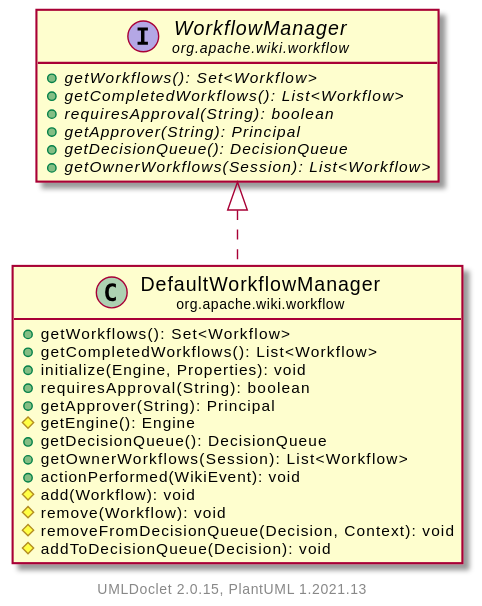
The PlantUML diagram apidocs/2.12.0-SNAPSHOT/org/apache/wiki/workflow/DefaultWorkflowManager.svg in apache/jspwiki-site, before a commit. The source it was exported from:
```plantuml
@startuml
    set namespaceSeparator none
    hide empty fields
    hide empty methods

    class "<size:14>DefaultWorkflowManager\n<size:10>org.apache.wiki.workflow" as org.apache.wiki.workflow.DefaultWorkflowManager [[DefaultWorkflowManager.html]] {
        +getWorkflows(): Set<Workflow>
        +getCompletedWorkflows(): List<Workflow>
        +initialize(Engine, Properties): void
        +requiresApproval(String): boolean
        +getApprover(String): Principal
        #getEngine(): Engine
        +getDecisionQueue(): DecisionQueue
        +getOwnerWorkflows(Session): List<Workflow>
        +actionPerformed(WikiEvent): void
        #add(Workflow): void
        #remove(Workflow): void
        #removeFromDecisionQueue(Decision, Context): void
        #addToDecisionQueue(Decision): void
    }

    interface "<size:14>WorkflowManager\n<size:10>org.apache.wiki.workflow" as org.apache.wiki.workflow.WorkflowManager [[WorkflowManager.html]] {
        {abstract} +getWorkflows(): Set<Workflow>
        {abstract} +getCompletedWorkflows(): List<Workflow>
        {abstract} +requiresApproval(String): boolean
        {abstract} +getApprover(String): Principal
        {abstract} +getDecisionQueue(): DecisionQueue
        {abstract} +getOwnerWorkflows(Session): List<Workflow>
    }

    org.apache.wiki.workflow.WorkflowManager <|.. org.apache.wiki.workflow.DefaultWorkflowManager

    center footer UMLDoclet 2.0.15, PlantUML 1.2021.13
@enduml
```
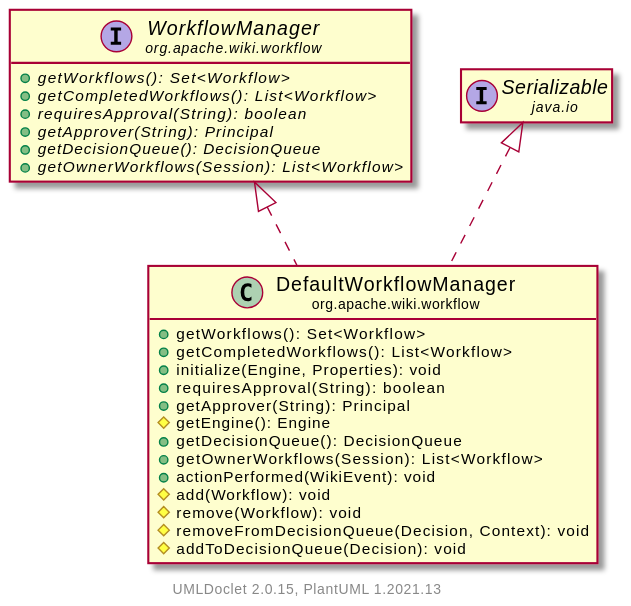
After the commit.

Diff of the diagram source:
```diff
@@ -27,8 +27,10 @@
         {abstract} +getDecisionQueue(): DecisionQueue
         {abstract} +getOwnerWorkflows(Session): List<Workflow>
     }
+    interface "<size:14>Serializable\n<size:10>java.io" as java.io.Serializable
 
     org.apache.wiki.workflow.WorkflowManager <|.. org.apache.wiki.workflow.DefaultWorkflowManager
+    java.io.Serializable <|.. org.apache.wiki.workflow.DefaultWorkflowManager
 
     center footer UMLDoclet 2.0.15, PlantUML 1.2021.13
 @enduml
```
